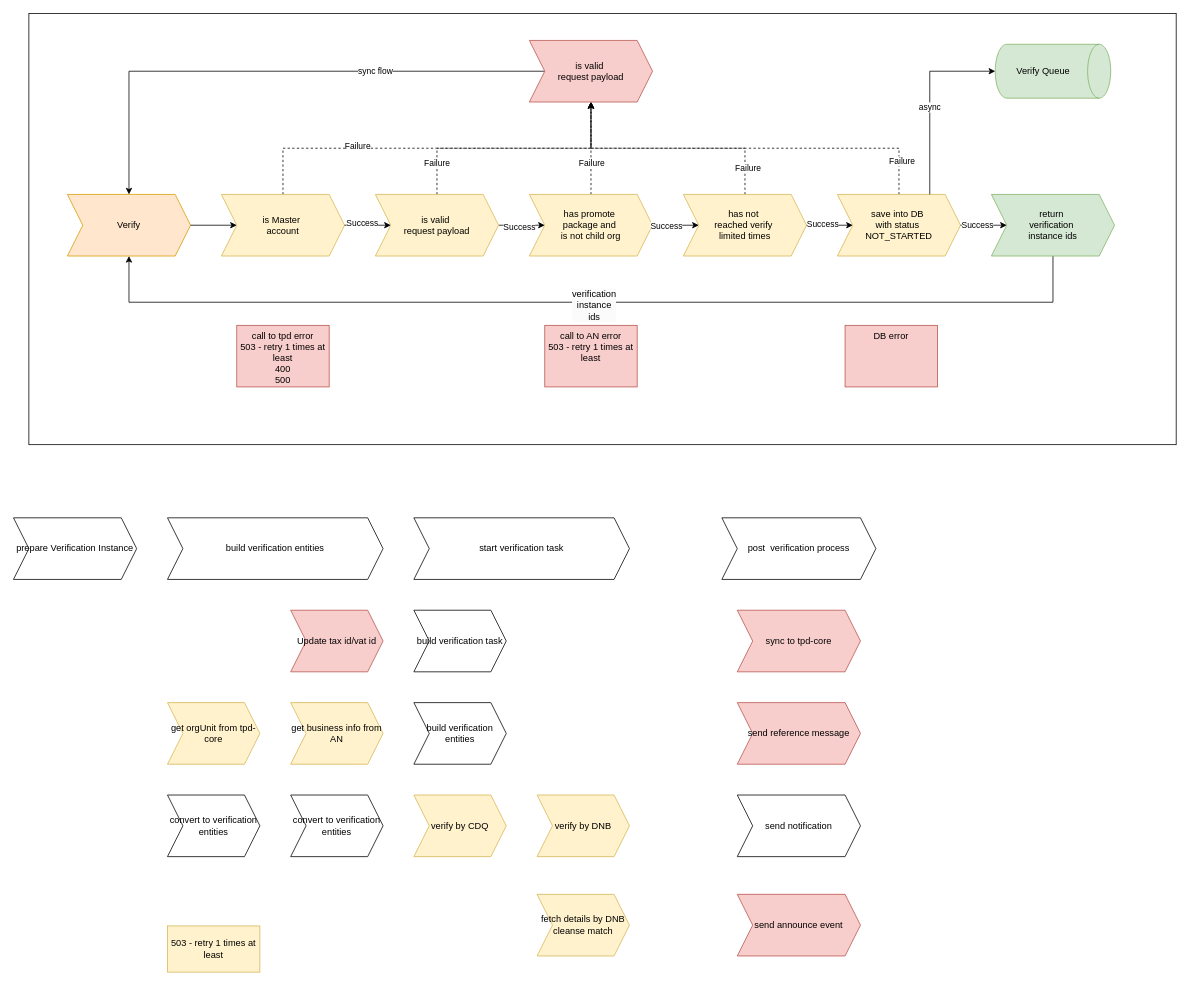
huangshijie/Drawio keeps this draw.io diagram as page "Page-10" (10 of 10) of verification_framework.drawio. Above is the earlier version. Source tidied: cells renumbered, new cells numbered last; positions are measured from the earlier drawing's top-left corner, leaving out a move shared by most shapes. Both pictures are drawn from the tidied source at 77%, with x=0, y=0 at pixel (13, 13).
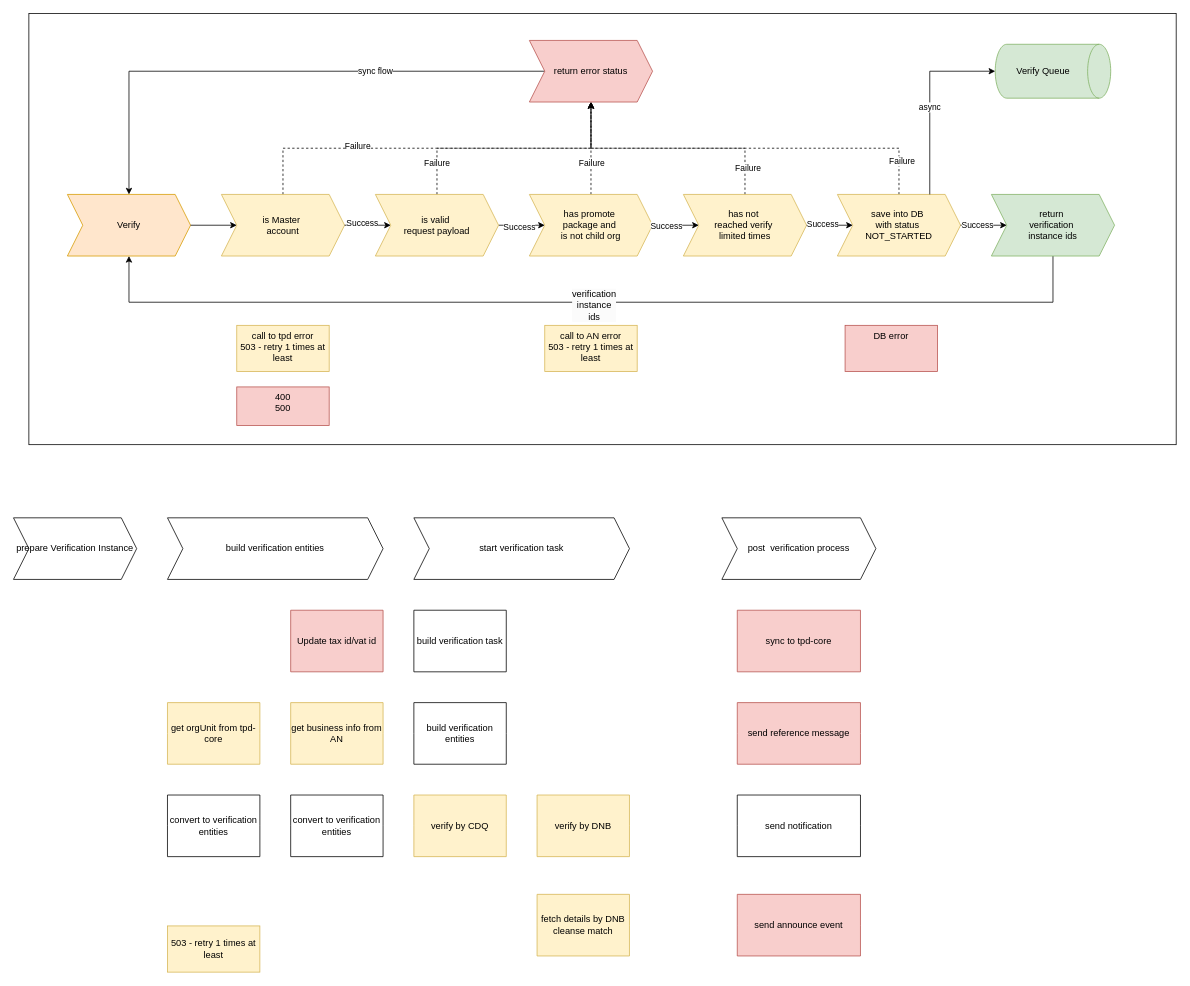
The same page after the edit.

The edit, as a diff of the source:
```diff
@@
-    <mxCell id="6" value="get orgUnit from tpd-core" style="shape=step;perimeter=stepPerimeter;whiteSpace=wrap;html=1;fixedSize=1;size=20;fillColor=#fff2cc;strokeColor=#d6b656;" parent="1" vertex="1">
+    <mxCell id="6" value="get orgUnit from tpd-core" style="shape=step;perimeter=stepPerimeter;whiteSpace=wrap;html=1;fixedSize=1;size=0;fillColor=#fff2cc;strokeColor=#d6b656;" parent="1" vertex="1">
       <mxGeometry x="200" y="895" width="120" height="80" as="geometry" />
     </mxCell>
-    <mxCell id="7" value="convert to verification entities" style="shape=step;perimeter=stepPerimeter;whiteSpace=wrap;html=1;fixedSize=1;size=20;" parent="1" vertex="1">
+    <mxCell id="7" value="convert to verification entities" style="shape=step;perimeter=stepPerimeter;whiteSpace=wrap;html=1;fixedSize=1;size=-10;" parent="1" vertex="1">
       <mxGeometry x="200" y="1015" width="120" height="80" as="geometry" />
     </mxCell>
-    <mxCell id="8" value="get business info from AN" style="shape=step;perimeter=stepPerimeter;whiteSpace=wrap;html=1;fixedSize=1;size=20;fillColor=#fff2cc;strokeColor=#d6b656;" parent="1" vertex="1">
+    <mxCell id="8" value="get business info from AN" style="shape=step;perimeter=stepPerimeter;whiteSpace=wrap;html=1;fixedSize=1;size=0;fillColor=#fff2cc;strokeColor=#d6b656;" parent="1" vertex="1">
       <mxGeometry x="360" y="895" width="120" height="80" as="geometry" />
     </mxCell>
-    <mxCell id="9" value="convert to verification entities" style="shape=step;perimeter=stepPerimeter;whiteSpace=wrap;html=1;fixedSize=1;size=20;" parent="1" vertex="1">
+    <mxCell id="9" value="convert to verification entities" style="shape=step;perimeter=stepPerimeter;whiteSpace=wrap;html=1;fixedSize=1;size=0;" parent="1" vertex="1">
       <mxGeometry x="360" y="1015" width="120" height="80" as="geometry" />
     </mxCell>
@@
-    <mxCell id="42" value="is valid&amp;nbsp;&lt;div&gt;request payload&lt;/div&gt;" style="shape=step;perimeter=stepPerimeter;whiteSpace=wrap;html=1;fixedSize=1;size=20;align=center;fillColor=#f8cecc;strokeColor=#b85450;" parent="1" vertex="1">
+    <mxCell id="42" value="return error status" style="shape=step;perimeter=stepPerimeter;whiteSpace=wrap;html=1;fixedSize=1;size=20;align=center;fillColor=#f8cecc;strokeColor=#b85450;" parent="1" vertex="1">
       <mxGeometry x="670" y="35" width="160" height="80" as="geometry" />
     </mxCell>
@@
     <mxCell id="45" value="DB error" style="rounded=0;whiteSpace=wrap;html=1;align=center;verticalAlign=top;fillColor=#f8cecc;strokeColor=#b85450;" parent="1" vertex="1">
-      <mxGeometry x="1080" y="405" width="120" height="80" as="geometry" />
+      <mxGeometry x="1080" y="405" width="120" height="60" as="geometry" />
     </mxCell>
-    <mxCell id="46" value="call to tpd error&lt;div&gt;503 - retry 1 times at least&lt;/div&gt;&lt;div&gt;400&lt;/div&gt;&lt;div&gt;500&lt;/div&gt;" style="rounded=0;whiteSpace=wrap;html=1;align=center;verticalAlign=top;fillColor=#f8cecc;strokeColor=#b85450;" parent="1" vertex="1">
-      <mxGeometry x="290" y="405" width="120" height="80" as="geometry" />
+    <mxCell id="46" value="call to tpd error&lt;div&gt;503 - retry 1 times at least&lt;/div&gt;" style="rounded=0;whiteSpace=wrap;html=1;align=center;verticalAlign=top;fillColor=#fff2cc;strokeColor=#d6b656;" parent="1" vertex="1">
+      <mxGeometry x="290" y="405" width="120" height="60" as="geometry" />
     </mxCell>
-    <mxCell id="47" value="call to AN error&lt;div&gt;503 - retry 1 times at least&lt;/div&gt;" style="rounded=0;whiteSpace=wrap;html=1;align=center;verticalAlign=top;fillColor=#f8cecc;strokeColor=#b85450;" parent="1" vertex="1">
-      <mxGeometry x="690" y="405" width="120" height="80" as="geometry" />
+    <mxCell id="47" value="call to AN error&lt;div&gt;503 - retry 1 times at least&lt;/div&gt;" style="rounded=0;whiteSpace=wrap;html=1;align=center;verticalAlign=top;fillColor=#fff2cc;strokeColor=#d6b656;" parent="1" vertex="1">
+      <mxGeometry x="690" y="405" width="120" height="60" as="geometry" />
     </mxCell>
@@
-    <mxCell id="49" value="build verification task" style="shape=step;perimeter=stepPerimeter;whiteSpace=wrap;html=1;fixedSize=1;size=20;" parent="1" vertex="1">
+    <mxCell id="49" value="build verification task" style="shape=step;perimeter=stepPerimeter;whiteSpace=wrap;html=1;fixedSize=1;size=0;" parent="1" vertex="1">
       <mxGeometry x="520" y="775" width="120" height="80" as="geometry" />
     </mxCell>
-    <mxCell id="50" value="build verification entities" style="shape=step;perimeter=stepPerimeter;whiteSpace=wrap;html=1;fixedSize=1;size=20;" parent="1" vertex="1">
+    <mxCell id="50" value="build verification entities" style="shape=step;perimeter=stepPerimeter;whiteSpace=wrap;html=1;fixedSize=1;size=0;" parent="1" vertex="1">
       <mxGeometry x="520" y="895" width="120" height="80" as="geometry" />
     </mxCell>
-    <mxCell id="51" value="verify by CDQ" style="shape=step;perimeter=stepPerimeter;whiteSpace=wrap;html=1;fixedSize=1;size=20;fillColor=#fff2cc;strokeColor=#d6b656;" parent="1" vertex="1">
+    <mxCell id="51" value="verify by CDQ" style="shape=step;perimeter=stepPerimeter;whiteSpace=wrap;html=1;fixedSize=1;size=0;fillColor=#fff2cc;strokeColor=#d6b656;" parent="1" vertex="1">
       <mxGeometry x="520" y="1015" width="120" height="80" as="geometry" />
     </mxCell>
-    <mxCell id="52" value="verify by DNB" style="shape=step;perimeter=stepPerimeter;whiteSpace=wrap;html=1;fixedSize=1;size=20;fillColor=#fff2cc;strokeColor=#d6b656;" parent="1" vertex="1">
+    <mxCell id="52" value="verify by DNB" style="shape=step;perimeter=stepPerimeter;whiteSpace=wrap;html=1;fixedSize=1;size=0;fillColor=#fff2cc;strokeColor=#d6b656;" parent="1" vertex="1">
       <mxGeometry x="680" y="1015" width="120" height="80" as="geometry" />
     </mxCell>
-    <mxCell id="53" value="fetch details by DNB cleanse match" style="shape=step;perimeter=stepPerimeter;whiteSpace=wrap;html=1;fixedSize=1;size=20;fillColor=#fff2cc;strokeColor=#d6b656;" parent="1" vertex="1">
+    <mxCell id="53" value="fetch details by DNB cleanse match" style="shape=step;perimeter=stepPerimeter;whiteSpace=wrap;html=1;fixedSize=1;size=0;fillColor=#fff2cc;strokeColor=#d6b656;" parent="1" vertex="1">
       <mxGeometry x="680" y="1144" width="120" height="80" as="geometry" />
     </mxCell>
@@
-    <mxCell id="55" value="send notification" style="shape=step;perimeter=stepPerimeter;whiteSpace=wrap;html=1;fixedSize=1;size=20;" parent="1" vertex="1">
+    <mxCell id="55" value="send notification" style="shape=step;perimeter=stepPerimeter;whiteSpace=wrap;html=1;fixedSize=1;size=0;" parent="1" vertex="1">
       <mxGeometry x="940" y="1015" width="160" height="80" as="geometry" />
     </mxCell>
-    <mxCell id="56" value="send announce event" style="shape=step;perimeter=stepPerimeter;whiteSpace=wrap;html=1;fixedSize=1;size=20;fillColor=#f8cecc;strokeColor=#b85450;" parent="1" vertex="1">
+    <mxCell id="56" value="send announce event" style="shape=step;perimeter=stepPerimeter;whiteSpace=wrap;html=1;fixedSize=1;size=0;fillColor=#f8cecc;strokeColor=#b85450;" parent="1" vertex="1">
       <mxGeometry x="940" y="1144" width="160" height="80" as="geometry" />
     </mxCell>
-    <mxCell id="57" value="sync to tpd-core" style="shape=step;perimeter=stepPerimeter;whiteSpace=wrap;html=1;fixedSize=1;size=20;fillColor=#f8cecc;strokeColor=#b85450;" parent="1" vertex="1">
+    <mxCell id="57" value="sync to tpd-core" style="shape=step;perimeter=stepPerimeter;whiteSpace=wrap;html=1;fixedSize=1;size=0;fillColor=#f8cecc;strokeColor=#b85450;" parent="1" vertex="1">
       <mxGeometry x="940" y="775" width="160" height="80" as="geometry" />
     </mxCell>
-    <mxCell id="58" value="send reference message" style="shape=step;perimeter=stepPerimeter;whiteSpace=wrap;html=1;fixedSize=1;size=20;fillColor=#f8cecc;strokeColor=#b85450;" parent="1" vertex="1">
+    <mxCell id="58" value="send reference message" style="shape=step;perimeter=stepPerimeter;whiteSpace=wrap;html=1;fixedSize=1;size=0;fillColor=#f8cecc;strokeColor=#b85450;" parent="1" vertex="1">
       <mxGeometry x="940" y="895" width="160" height="80" as="geometry" />
     </mxCell>
-    <mxCell id="59" value="Update tax id/vat id" style="shape=step;perimeter=stepPerimeter;whiteSpace=wrap;html=1;fixedSize=1;size=20;fillColor=#f8cecc;strokeColor=#b85450;" parent="1" vertex="1">
+    <mxCell id="59" value="Update tax id/vat id" style="shape=step;perimeter=stepPerimeter;whiteSpace=wrap;html=1;fixedSize=1;size=0;fillColor=#f8cecc;strokeColor=#b85450;" parent="1" vertex="1">
       <mxGeometry x="360" y="775" width="120" height="80" as="geometry" />
     </mxCell>
@@
+    <mxCell id="61" value="&lt;div&gt;400&lt;/div&gt;&lt;div&gt;500&lt;/div&gt;" style="rounded=0;whiteSpace=wrap;html=1;align=center;verticalAlign=top;fillColor=#f8cecc;strokeColor=#b85450;" parent="1" vertex="1">
+      <mxGeometry x="290" y="485" width="120" height="50" as="geometry" />
+    </mxCell>
```
